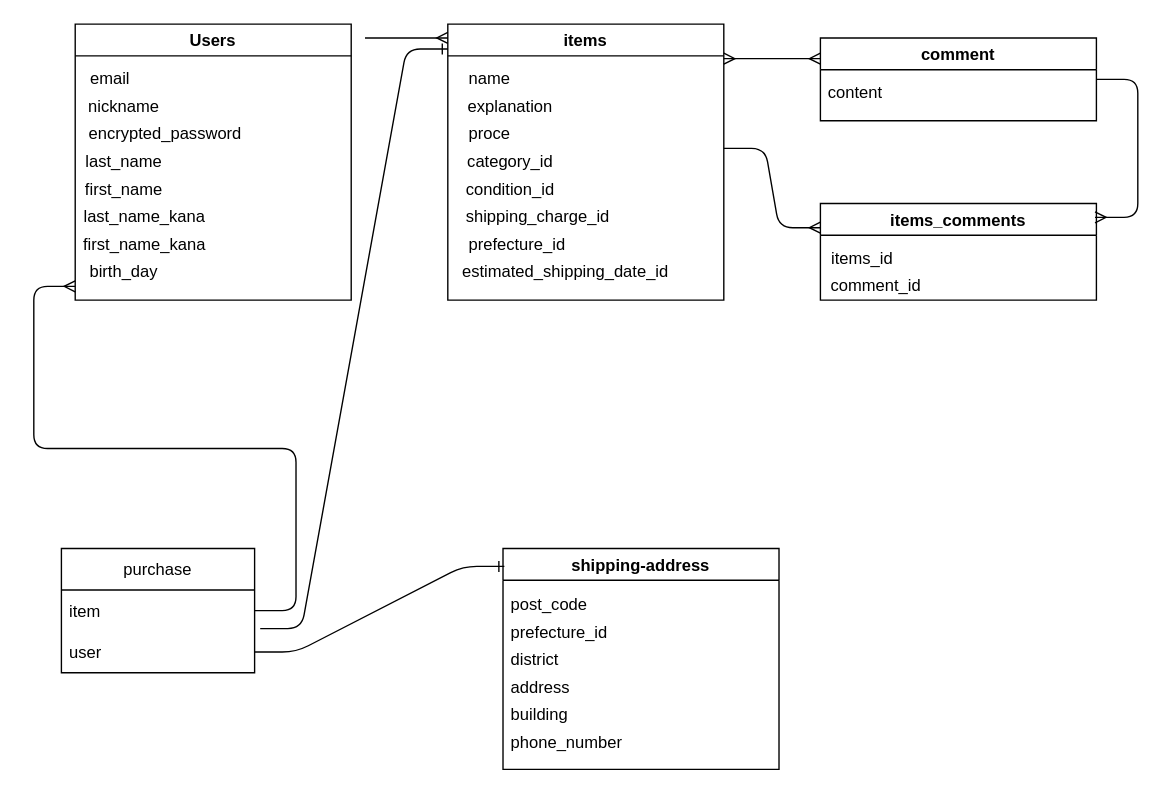
Above: ER.dio in akiduki0526/furima-38782 (draw.io), before the change. Source tidied: cells renumbered, new cells numbered last; positions are measured from the earlier drawing's top-left corner, leaving out a move shared by most shapes. Both pictures are drawn from the tidied source at 138%, with x=0, y=0 at pixel (61, 23).
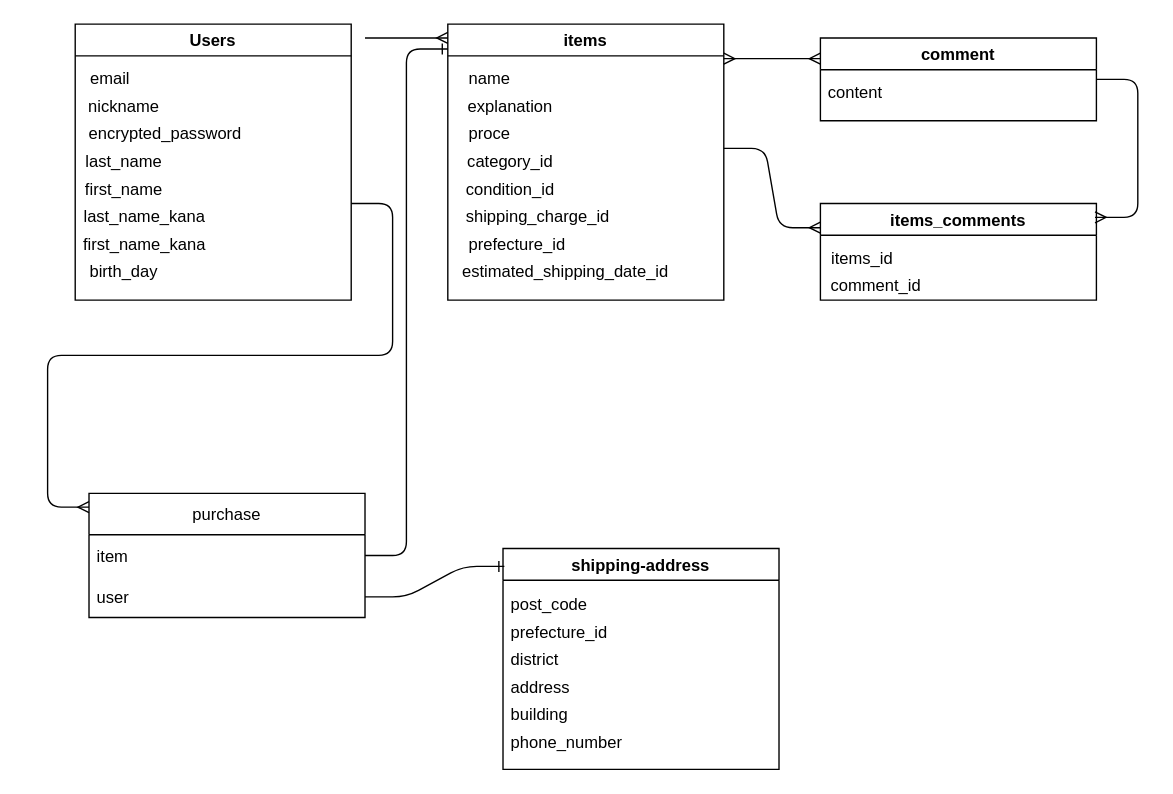
The same page after the edit.

Commit message (it also covers changes not shown here):
テーブル設計#3修正4

What changed in the source:
```diff
@@
     <mxCell id="22" value="purchase" style="swimlane;fontStyle=0;horizontal=1;startSize=30;" parent="1" vertex="1">
-      <mxGeometry y="380" width="140" height="90" as="geometry" />
+      <mxGeometry x="20" y="340" width="200" height="90" as="geometry" />
     </mxCell>
     <mxCell id="23" value="item" style="text;strokeColor=none;fillColor=none;align=left;verticalAlign=middle;spacingLeft=4;spacingRight=4;overflow=hidden;" parent="22" vertex="1">
-      <mxGeometry y="30" width="140" height="30" as="geometry" />
+      <mxGeometry y="30" width="200" height="30" as="geometry" />
     </mxCell>
     <mxCell id="24" value="user" style="text;strokeColor=none;fillColor=none;align=left;verticalAlign=middle;spacingLeft=4;spacingRight=4;overflow=hidden;points=[[0,0.5],[1,0.5]];portConstraint=eastwest;" parent="22" vertex="1">
-      <mxGeometry y="60" width="140" height="30" as="geometry" />
+      <mxGeometry y="60" width="200" height="30" as="geometry" />
     </mxCell>
@@
-    <mxCell id="33" style="edgeStyle=entityRelationEdgeStyle;fontSize=12;html=1;endArrow=ERone;endFill=1;exitX=1.029;exitY=-0.067;exitDx=0;exitDy=0;exitPerimeter=0;" parent="1" edge="1" source="24">
+    <mxCell id="33" style="edgeStyle=entityRelationEdgeStyle;fontSize=12;html=1;endArrow=ERone;endFill=1;" parent="1" edge="1">
       <mxGeometry relative="1" as="geometry">
+        <mxPoint x="220" y="385" as="sourcePoint" />
         <mxPoint x="280" y="18" as="targetPoint" />
       </mxGeometry>
     </mxCell>
@@
-    <mxCell id="41" style="edgeStyle=entityRelationEdgeStyle;fontSize=12;html=1;endArrow=ERmany;" parent="1" edge="1" source="22">
-      <mxGeometry relative="1" as="geometry">
-        <mxPoint x="10" y="190" as="targetPoint" />
-      </mxGeometry>
-    </mxCell>
+    <mxCell id="42" style="edgeStyle=entityRelationEdgeStyle;fontSize=12;html=1;endArrow=ERmany;" parent="1" edge="1">
+      <mxGeometry relative="1" as="geometry">
+        <mxPoint x="210" y="130" as="sourcePoint" />
+        <mxPoint x="20" y="350" as="targetPoint" />
+      </mxGeometry>
+    </mxCell>
```
